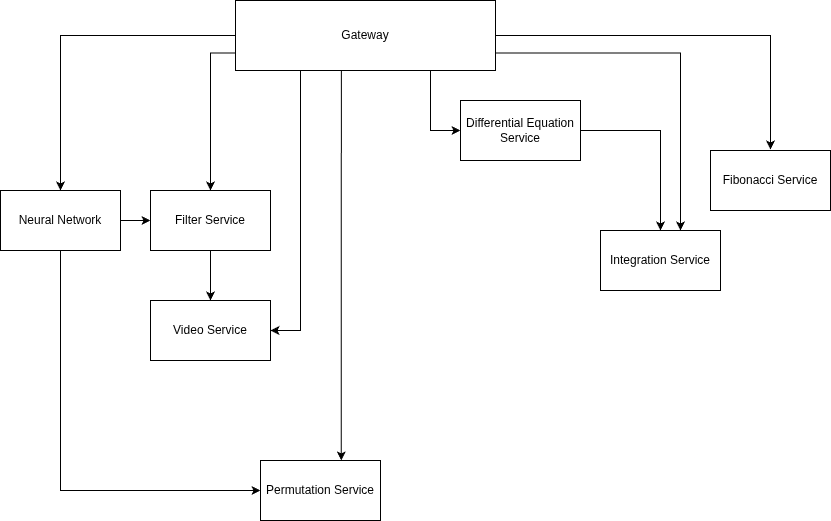
Earlier version of the draw.io export images/SM_Project_App_Arch.drawio.png (Torba2207/The-effect-of-service-mesh-on-microservice-application-performance). Source tidied: cells renumbered, new cells last; positions are measured from the earlier drawing's top-left corner, leaving out a move shared by most shapes.
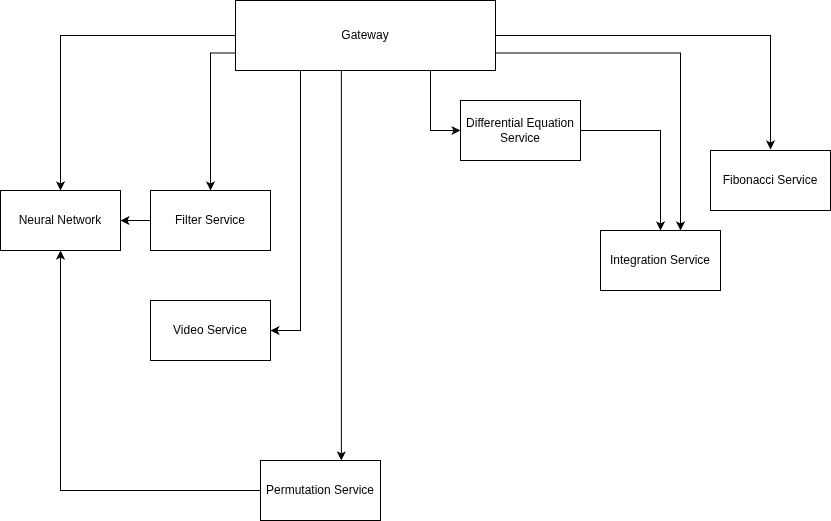
After the change.

Commit message:
Add interim report and update service mesh architecture diagrams (#44)

* feat: Add interim progress report on service mesh performance study

* chore: Update service mesh architecture diagram

* chore: Update service mesh application architecture diagram

What changed in the source:
```diff
@@ -17,16 +17,13 @@
     <mxCell id="6" value="Permutation Service" style="rounded=0;whiteSpace=wrap;html=1;" parent="1" vertex="1">
       <mxGeometry x="260" y="460" width="120" height="60" as="geometry" />
     </mxCell>
-    <mxCell id="7" style="edgeStyle=orthogonalEdgeStyle;rounded=0;jettySize=auto;html=1;entryX=0.5;entryY=0;entryDx=0;entryDy=0;" parent="1" edge="1" source="8" target="2">
-      <mxGeometry relative="1" as="geometry" />
-    </mxCell>
     <mxCell id="8" value="Filter Service" style="rounded=0;whiteSpace=wrap;html=1;" parent="1" vertex="1">
       <mxGeometry x="150" y="190" width="120" height="60" as="geometry" />
     </mxCell>
-    <mxCell id="9" style="edgeStyle=orthogonalEdgeStyle;rounded=0;jettySize=auto;html=1;" parent="1" edge="1" source="11" target="8">
+    <mxCell id="9" style="edgeStyle=orthogonalEdgeStyle;rounded=0;jettySize=auto;html=1;" parent="1" edge="1" source="8" target="11">
       <mxGeometry relative="1" as="geometry" />
     </mxCell>
-    <mxCell id="10" style="edgeStyle=orthogonalEdgeStyle;rounded=0;jettySize=auto;html=1;" parent="1" edge="1" source="11" target="6">
+    <mxCell id="10" style="edgeStyle=orthogonalEdgeStyle;rounded=0;jettySize=auto;html=1;" parent="1" edge="1" source="6" target="11">
       <mxGeometry relative="1" as="geometry">
         <Array as="points">
           <mxPoint x="60" y="490" />
```
